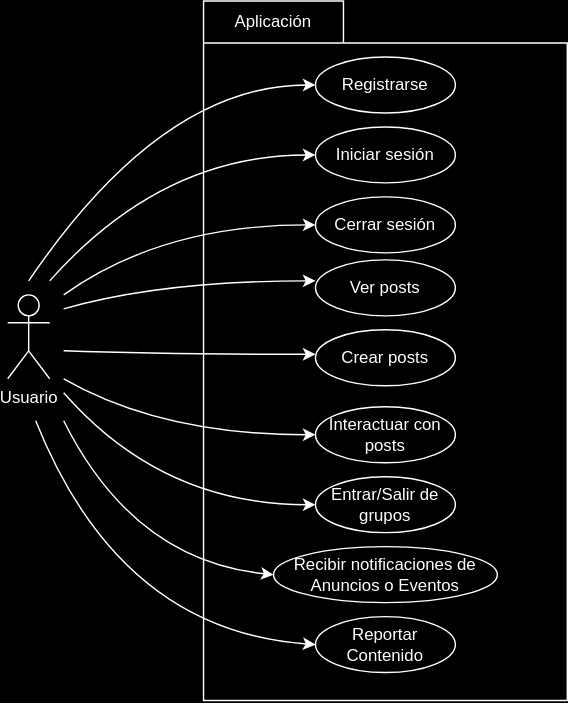
Above: images/modelosUML/modelosUML/Diagrama_casos_uso_usuario.svg in mmasias/24-25-IdSw1-SDR (draw.io), before the change. Source tidied: cells renumbered, new cells last; positions are measured from the earlier drawing's top-left corner, leaving out a move shared by most shapes.
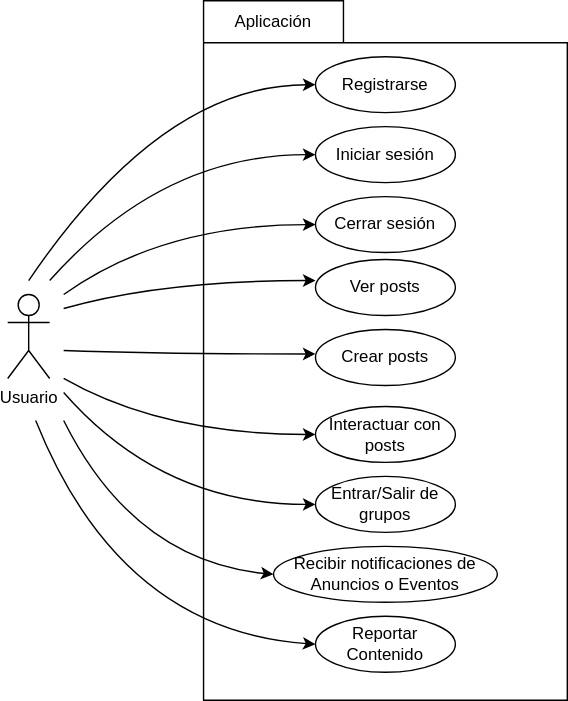
Above is the later version.

Commit message:
2da correcion Diagrama casos de uso usario

Maldigo las inconsistencias entre el modo claro y oscuro de draw.io

What changed in the source:
```diff
@@ -1,44 +1,44 @@
-<mxGraphModel background="#000000">
+<mxGraphModel background="#FFFFFF">
   <root>
     <mxCell id="0" />
     <mxCell id="1" parent="0" />
-    <mxCell id="2" value="&lt;font color=&quot;#ffffff&quot;&gt;Usuario&lt;/font&gt;" style="shape=umlActor;verticalLabelPosition=bottom;verticalAlign=top;html=1;strokeColor=#FFFFFF;fillColor=#000000;" parent="1" vertex="1">
+    <mxCell id="2" value="Usuario" style="shape=umlActor;verticalLabelPosition=bottom;verticalAlign=top;html=1;" parent="1" vertex="1">
       <mxGeometry y="210" width="30" height="60" as="geometry" />
     </mxCell>
-    <mxCell id="3" style="shape=folder;fontStyle=1;spacingTop=10;tabWidth=100;tabHeight=30;tabPosition=left;html=1;whiteSpace=wrap;strokeColor=#FFFFFF;fillColor=#000000;" parent="1" vertex="1">
+    <mxCell id="3" style="shape=folder;fontStyle=1;spacingTop=10;tabWidth=100;tabHeight=30;tabPosition=left;html=1;whiteSpace=wrap;" parent="1" vertex="1">
       <mxGeometry x="140" width="260" height="500" as="geometry" />
     </mxCell>
-    <mxCell id="4" value="Registrarse" style="ellipse;whiteSpace=wrap;html=1;align=center;strokeColor=#FFFFFF;fontColor=#FFFFFF;fillColor=#000000;" parent="1" vertex="1">
+    <mxCell id="4" value="Registrarse" style="ellipse;whiteSpace=wrap;html=1;align=center;" parent="1" vertex="1">
       <mxGeometry x="220" y="40" width="100" height="40" as="geometry" />
     </mxCell>
-    <mxCell id="5" value="Iniciar sesión" style="ellipse;whiteSpace=wrap;html=1;align=center;strokeColor=#FFFFFF;fontColor=#FFFFFF;fillColor=#000000;" parent="1" vertex="1">
+    <mxCell id="5" value="Iniciar sesión" style="ellipse;whiteSpace=wrap;html=1;align=center;" parent="1" vertex="1">
       <mxGeometry x="220" y="90" width="100" height="40" as="geometry" />
     </mxCell>
-    <mxCell id="6" value="Ver posts" style="ellipse;whiteSpace=wrap;html=1;align=center;strokeColor=#FFFFFF;fontColor=#FFFFFF;fillColor=#000000;" parent="1" vertex="1">
+    <mxCell id="6" value="Ver posts" style="ellipse;whiteSpace=wrap;html=1;align=center;" parent="1" vertex="1">
       <mxGeometry x="220" y="185" width="100" height="40" as="geometry" />
     </mxCell>
-    <mxCell id="7" value="Crear posts" style="ellipse;whiteSpace=wrap;html=1;align=center;strokeColor=#FFFFFF;fillColor=#000000;fontColor=#FFFFFF;" parent="1" vertex="1">
+    <mxCell id="7" value="Crear posts" style="ellipse;whiteSpace=wrap;html=1;align=center;" parent="1" vertex="1">
       <mxGeometry x="220" y="235" width="100" height="40" as="geometry" />
     </mxCell>
-    <mxCell id="8" value="Entrar/Salir de grupos" style="ellipse;whiteSpace=wrap;html=1;align=center;strokeColor=#FFFFFF;fillColor=#000000;fontColor=#FFFFFF;" parent="1" vertex="1">
+    <mxCell id="8" value="Entrar/Salir de grupos" style="ellipse;whiteSpace=wrap;html=1;align=center;" parent="1" vertex="1">
       <mxGeometry x="220" y="340" width="100" height="40" as="geometry" />
     </mxCell>
-    <mxCell id="9" value="Cerrar sesión" style="ellipse;whiteSpace=wrap;html=1;align=center;strokeColor=#FFFFFF;fillColor=#000000;fontColor=#FFFFFF;" parent="1" vertex="1">
+    <mxCell id="9" value="Cerrar sesión" style="ellipse;whiteSpace=wrap;html=1;align=center;" parent="1" vertex="1">
       <mxGeometry x="220" y="140" width="100" height="40" as="geometry" />
     </mxCell>
-    <mxCell id="10" value="Interactuar con posts" style="ellipse;whiteSpace=wrap;html=1;align=center;strokeColor=#FFFFFF;fontColor=#FFFFFF;fillColor=#000000;" parent="1" vertex="1">
+    <mxCell id="10" value="Interactuar con posts" style="ellipse;whiteSpace=wrap;html=1;align=center;" parent="1" vertex="1">
       <mxGeometry x="220" y="290" width="100" height="40" as="geometry" />
     </mxCell>
-    <mxCell id="11" value="Aplicación" style="text;html=1;align=center;verticalAlign=middle;whiteSpace=wrap;rounded=0;strokeColor=#000000;fontColor=#FFFFFF;" parent="1" vertex="1">
-      <mxGeometry x="160" y="10" width="60" height="10" as="geometry" />
+    <mxCell id="11" value="Aplicación" style="text;html=1;align=center;verticalAlign=middle;whiteSpace=wrap;rounded=0;" parent="1" vertex="1">
+      <mxGeometry x="160" width="60" height="30" as="geometry" />
     </mxCell>
-    <mxCell id="12" value="Recibir notificaciones de Anuncios o Eventos" style="ellipse;whiteSpace=wrap;html=1;align=center;strokeColor=#FFFFFF;fontColor=#FFFFFF;fillColor=#000000;" parent="1" vertex="1">
+    <mxCell id="12" value="Recibir notificaciones de Anuncios o Eventos" style="ellipse;whiteSpace=wrap;html=1;align=center;" parent="1" vertex="1">
       <mxGeometry x="190" y="390" width="160" height="40" as="geometry" />
     </mxCell>
-    <mxCell id="13" value="Reportar Contenido" style="ellipse;whiteSpace=wrap;html=1;align=center;strokeColor=#FFFFFF;fillColor=#000000;fontColor=#FFFFFF;" parent="1" vertex="1">
+    <mxCell id="13" value="Reportar Contenido" style="ellipse;whiteSpace=wrap;html=1;align=center;" parent="1" vertex="1">
       <mxGeometry x="220" y="440" width="100" height="40" as="geometry" />
     </mxCell>
-    <mxCell id="14" style="curved=1;endArrow=classic;html=1;rounded=0;entryX=0;entryY=0.5;entryDx=0;entryDy=0;strokeColor=#FFFFFF;" parent="1" edge="1" target="4">
+    <mxCell id="14" style="curved=1;endArrow=classic;html=1;rounded=0;entryX=0;entryY=0.5;entryDx=0;entryDy=0;" parent="1" edge="1" target="4">
       <mxGeometry relative="1" as="geometry">
         <mxPoint x="15" y="200" as="sourcePoint" />
         <Array as="points">
@@ -46,7 +46,7 @@
         </Array>
       </mxGeometry>
     </mxCell>
-    <mxCell id="15" style="curved=1;endArrow=classic;html=1;rounded=0;entryX=0;entryY=0.5;entryDx=0;entryDy=0;strokeColor=#FFFFFF;" parent="1" edge="1">
+    <mxCell id="15" style="curved=1;endArrow=classic;html=1;rounded=0;entryX=0;entryY=0.5;entryDx=0;entryDy=0;" parent="1" edge="1">
       <mxGeometry relative="1" as="geometry">
         <mxPoint x="30" y="200" as="sourcePoint" />
         <mxPoint x="220" y="110" as="targetPoint" />
@@ -55,7 +55,7 @@
         </Array>
       </mxGeometry>
     </mxCell>
-    <mxCell id="16" style="curved=1;endArrow=classic;html=1;rounded=0;entryX=0;entryY=0.5;entryDx=0;entryDy=0;strokeColor=#FFFFFF;" parent="1" edge="1">
+    <mxCell id="16" style="curved=1;endArrow=classic;html=1;rounded=0;entryX=0;entryY=0.5;entryDx=0;entryDy=0;" parent="1" edge="1">
       <mxGeometry relative="1" as="geometry">
         <mxPoint x="40" y="210" as="sourcePoint" />
         <mxPoint x="220" y="160" as="targetPoint" />
@@ -64,7 +64,7 @@
         </Array>
       </mxGeometry>
     </mxCell>
-    <mxCell id="17" style="curved=1;endArrow=classic;html=1;rounded=0;entryX=0;entryY=0.5;entryDx=0;entryDy=0;strokeColor=#FFFFFF;" parent="1" edge="1">
+    <mxCell id="17" style="curved=1;endArrow=classic;html=1;rounded=0;entryX=0;entryY=0.5;entryDx=0;entryDy=0;" parent="1" edge="1">
       <mxGeometry relative="1" as="geometry">
         <mxPoint x="40" y="220" as="sourcePoint" />
         <mxPoint x="220" y="200" as="targetPoint" />
@@ -73,7 +73,7 @@
         </Array>
       </mxGeometry>
     </mxCell>
-    <mxCell id="18" style="curved=1;endArrow=classic;html=1;rounded=0;entryX=0;entryY=0.5;entryDx=0;entryDy=0;strokeColor=#FFFFFF;" parent="1" edge="1">
+    <mxCell id="18" style="curved=1;endArrow=classic;html=1;rounded=0;entryX=0;entryY=0.5;entryDx=0;entryDy=0;" parent="1" edge="1">
       <mxGeometry relative="1" as="geometry">
         <mxPoint x="40" y="250" as="sourcePoint" />
         <mxPoint x="220" y="252.5" as="targetPoint" />
@@ -82,7 +82,7 @@
         </Array>
       </mxGeometry>
     </mxCell>
-    <mxCell id="19" style="curved=1;endArrow=classic;html=1;rounded=0;entryX=0;entryY=0.5;entryDx=0;entryDy=0;strokeColor=#FFFFFF;" parent="1" edge="1">
+    <mxCell id="19" style="curved=1;endArrow=classic;html=1;rounded=0;entryX=0;entryY=0.5;entryDx=0;entryDy=0;" parent="1" edge="1">
       <mxGeometry relative="1" as="geometry">
         <mxPoint x="40" y="270" as="sourcePoint" />
         <mxPoint x="220" y="310" as="targetPoint" />
@@ -91,7 +91,7 @@
         </Array>
       </mxGeometry>
     </mxCell>
-    <mxCell id="20" style="curved=1;endArrow=classic;html=1;rounded=0;entryX=0;entryY=0.5;entryDx=0;entryDy=0;strokeColor=#FFFFFF;" parent="1" edge="1">
+    <mxCell id="20" style="curved=1;endArrow=classic;html=1;rounded=0;entryX=0;entryY=0.5;entryDx=0;entryDy=0;" parent="1" edge="1">
       <mxGeometry relative="1" as="geometry">
         <mxPoint x="40" y="280" as="sourcePoint" />
         <mxPoint x="220" y="360" as="targetPoint" />
@@ -100,7 +100,7 @@
         </Array>
       </mxGeometry>
     </mxCell>
-    <mxCell id="21" style="curved=1;endArrow=classic;html=1;rounded=0;entryX=0;entryY=0.5;entryDx=0;entryDy=0;strokeColor=#FFFFFF;" parent="1" edge="1">
+    <mxCell id="21" style="curved=1;endArrow=classic;html=1;rounded=0;entryX=0;entryY=0.5;entryDx=0;entryDy=0;" parent="1" edge="1">
       <mxGeometry relative="1" as="geometry">
         <mxPoint x="40" y="300" as="sourcePoint" />
         <mxPoint x="190" y="410" as="targetPoint" />
@@ -109,7 +109,7 @@
         </Array>
       </mxGeometry>
     </mxCell>
-    <mxCell id="22" style="curved=1;endArrow=classic;html=1;rounded=0;entryX=0;entryY=0.5;entryDx=0;entryDy=0;strokeColor=#FFFFFF;" parent="1" edge="1">
+    <mxCell id="22" style="curved=1;endArrow=classic;html=1;rounded=0;entryX=0;entryY=0.5;entryDx=0;entryDy=0;" parent="1" edge="1">
       <mxGeometry relative="1" as="geometry">
         <mxPoint x="20" y="300" as="sourcePoint" />
         <mxPoint x="220" y="460" as="targetPoint" />
```
